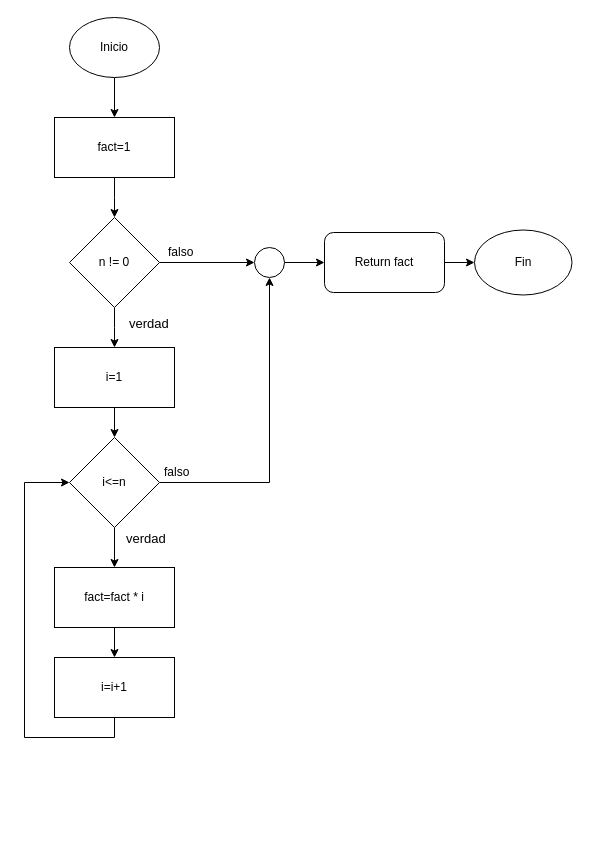
The draw.io diagram Untitled Diagram.drawio in mpaulaherrero/ati, before the edit. Source tidied: cells renumbered, new cells numbered last; positions are measured from the earlier drawing's top-left corner, leaving out a move shared by most shapes. Both pictures are drawn from the tidied source at 100%, with x=0, y=0 at pixel (24, 17).
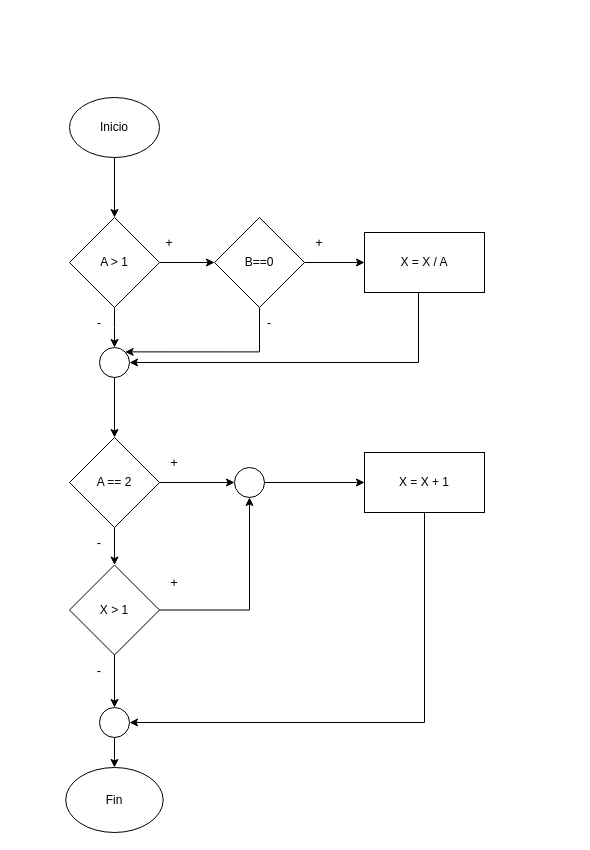
The same page after the edit.

What changed in the source:
```diff
@@
-    <mxCell id="2" style="edgeStyle=orthogonalEdgeStyle;rounded=0;jettySize=auto;html=1;" parent="1" edge="1" source="3" target="6">
-      <mxGeometry relative="1" as="geometry" />
-    </mxCell>
+    <mxCell id="27" style="edgeStyle=orthogonalEdgeStyle;rounded=0;jettySize=auto;html=1;fontFamily=Helvetica;fontSize=13;strokeColor=#000000;" parent="1" edge="1" source="3" target="9">
+      <mxGeometry relative="1" as="geometry" />
+    </mxCell>
     <mxCell id="3" value="Inicio" style="ellipse;whiteSpace=wrap;html=1;" parent="1" vertex="1">
-      <mxGeometry x="45" width="90" height="60" as="geometry" />
+      <mxGeometry x="45" y="80" width="90" height="60" as="geometry" />
     </mxCell>
     <mxCell id="4" value="Fin" style="ellipse;whiteSpace=wrap;html=1;" parent="1" vertex="1">
-      <mxGeometry x="450" y="212.5" width="97.5" height="65" as="geometry" />
+      <mxGeometry x="41.2" y="750" width="97.5" height="65" as="geometry" />
     </mxCell>
-    <mxCell id="5" style="edgeStyle=orthogonalEdgeStyle;rounded=0;jettySize=auto;html=1;" parent="1" edge="1" source="6">
-      <mxGeometry relative="1" as="geometry">
-        <mxPoint x="90" y="200" as="targetPoint" />
-      </mxGeometry>
-    </mxCell>
-    <mxCell id="6" value="fact=1" style="rounded=0;whiteSpace=wrap;html=1;" parent="1" vertex="1">
-      <mxGeometry x="30" y="100" width="120" height="60" as="geometry" />
-    </mxCell>
@@
-    <mxCell id="8" style="edgeStyle=orthogonalEdgeStyle;rounded=0;jettySize=auto;html=1;fontFamily=Helvetica;fontSize=13;entryX=0;entryY=0.5;entryDx=0;entryDy=0;" parent="1" edge="1" source="9" target="18">
-      <mxGeometry relative="1" as="geometry">
-        <Array as="points">
-          <mxPoint x="230" y="245" />
-        </Array>
-      </mxGeometry>
-    </mxCell>
+    <mxCell id="28" style="edgeStyle=orthogonalEdgeStyle;rounded=0;jettySize=auto;html=1;fontFamily=Helvetica;fontSize=13;strokeColor=#000000;" parent="1" edge="1" source="9" target="37">
+      <mxGeometry relative="1" as="geometry" />
+    </mxCell>
-    <mxCell id="9" value="n != 0" style="rhombus;whiteSpace=wrap;html=1;" parent="1" vertex="1">
+    <mxCell id="9" value="A &amp;gt; 1" style="rhombus;whiteSpace=wrap;html=1;" parent="1" vertex="1">
       <mxGeometry x="45" y="200" width="90" height="90" as="geometry" />
     </mxCell>
-    <mxCell id="10" style="edgeStyle=orthogonalEdgeStyle;rounded=0;jettySize=auto;html=1;startArrow=none;exitX=1;exitY=0.5;exitDx=0;exitDy=0;" parent="1" edge="1" source="12" target="18">
-      <mxGeometry relative="1" as="geometry">
-        <Array as="points">
-          <mxPoint x="245" y="465" />
-        </Array>
-      </mxGeometry>
-    </mxCell>
-    <mxCell id="11" style="edgeStyle=orthogonalEdgeStyle;rounded=0;jettySize=auto;html=1;" parent="1" edge="1" source="12" target="16">
-      <mxGeometry relative="1" as="geometry" />
-    </mxCell>
+    <mxCell id="29" style="edgeStyle=orthogonalEdgeStyle;rounded=0;jettySize=auto;html=1;fontFamily=Helvetica;fontSize=13;strokeColor=#000000;" parent="1" edge="1" source="12" target="42">
+      <mxGeometry relative="1" as="geometry" />
+    </mxCell>
+    <mxCell id="30" style="edgeStyle=orthogonalEdgeStyle;rounded=0;jettySize=auto;html=1;fontFamily=Helvetica;fontSize=13;strokeColor=#000000;" parent="1" edge="1" source="12">
+      <mxGeometry relative="1" as="geometry">
+        <mxPoint x="210" y="465" as="targetPoint" />
+      </mxGeometry>
+    </mxCell>
-    <mxCell id="12" value="i&amp;lt;=n" style="rhombus;whiteSpace=wrap;html=1;" parent="1" vertex="1">
+    <mxCell id="12" value="A == 2" style="rhombus;whiteSpace=wrap;html=1;" parent="1" vertex="1">
       <mxGeometry x="45" y="420" width="90" height="90" as="geometry" />
     </mxCell>
-    <mxCell id="13" style="edgeStyle=orthogonalEdgeStyle;rounded=0;jettySize=auto;html=1;fontFamily=Helvetica;fontSize=13;" parent="1" edge="1" source="14" target="4">
-      <mxGeometry relative="1" as="geometry" />
-    </mxCell>
-    <mxCell id="14" value="Return fact" style="rounded=1;whiteSpace=wrap;html=1;" parent="1" vertex="1">
-      <mxGeometry x="300" y="215" width="120" height="60" as="geometry" />
-    </mxCell>
-    <mxCell id="15" style="edgeStyle=orthogonalEdgeStyle;rounded=0;jettySize=auto;html=1;fontFamily=Helvetica;fontSize=13;" parent="1" edge="1" source="16" target="24">
-      <mxGeometry relative="1" as="geometry" />
-    </mxCell>
+    <mxCell id="31" style="edgeStyle=orthogonalEdgeStyle;rounded=0;jettySize=auto;html=1;entryX=1;entryY=0.5;entryDx=0;entryDy=0;fontFamily=Helvetica;fontSize=13;strokeColor=#000000;" parent="1" edge="1" source="16" target="18">
+      <mxGeometry relative="1" as="geometry">
+        <Array as="points">
+          <mxPoint x="394" y="345" />
+        </Array>
+      </mxGeometry>
+    </mxCell>
-    <mxCell id="16" value="fact=fact * i" style="rounded=0;whiteSpace=wrap;html=1;" parent="1" vertex="1">
-      <mxGeometry x="30" y="550" width="120" height="60" as="geometry" />
+    <mxCell id="16" value="X = X / A" style="rounded=0;whiteSpace=wrap;html=1;" parent="1" vertex="1">
+      <mxGeometry x="340" y="215" width="120" height="60" as="geometry" />
     </mxCell>
-    <mxCell id="17" style="edgeStyle=orthogonalEdgeStyle;rounded=0;jettySize=auto;html=1;fontFamily=Helvetica;fontSize=13;" parent="1" edge="1" source="18" target="14">
-      <mxGeometry relative="1" as="geometry" />
-    </mxCell>
     <mxCell id="18" style="ellipse;whiteSpace=wrap;html=1;" parent="1" vertex="1">
-      <mxGeometry x="230" y="230" width="30" height="30" as="geometry" />
+      <mxGeometry x="75" y="330" width="30" height="30" as="geometry" />
     </mxCell>
-    <mxCell id="19" value="&lt;h1 style=&quot;font-size: 13px&quot;&gt;&lt;span style=&quot;font-weight: normal&quot;&gt;verdad&lt;/span&gt;&lt;br&gt;&lt;/h1&gt;&lt;p&gt;&lt;br&gt;&lt;/p&gt;" style="text;html=1;strokeColor=none;fillColor=none;spacing=5;spacingTop=-20;whiteSpace=wrap;overflow=hidden;rounded=0;" parent="1" vertex="1">
-      <mxGeometry x="100" y="300" width="50" height="20" as="geometry" />
-    </mxCell>
-    <mxCell id="20" value="falso" style="text;html=1;strokeColor=none;fillColor=none;spacing=5;spacingTop=-20;whiteSpace=wrap;overflow=hidden;rounded=0;" parent="1" vertex="1">
-      <mxGeometry x="139" y="238" width="50" height="20" as="geometry" />
-    </mxCell>
-    <mxCell id="21" style="edgeStyle=orthogonalEdgeStyle;rounded=0;jettySize=auto;html=1;fontFamily=Helvetica;fontSize=13;" parent="1" edge="1" source="22" target="12">
+    <mxCell id="21" style="edgeStyle=orthogonalEdgeStyle;rounded=0;jettySize=auto;html=1;fontFamily=Helvetica;fontSize=13;exitX=0.5;exitY=1;exitDx=0;exitDy=0;" parent="1" edge="1" source="18" target="12">
       <mxGeometry relative="1" as="geometry" />
     </mxCell>
-    <mxCell id="22" value="i=1" style="rounded=0;whiteSpace=wrap;html=1;" parent="1" vertex="1">
-      <mxGeometry x="30" y="330" width="120" height="60" as="geometry" />
-    </mxCell>
-    <mxCell id="23" style="edgeStyle=orthogonalEdgeStyle;rounded=0;jettySize=auto;html=1;entryX=0;entryY=0.5;entryDx=0;entryDy=0;fontFamily=Helvetica;fontSize=13;exitX=0.5;exitY=1;exitDx=0;exitDy=0;" parent="1" edge="1" source="24" target="12">
-      <mxGeometry relative="1" as="geometry">
-        <Array as="points">
-          <mxPoint x="90" y="720" />
-          <mxPoint y="720" />
-          <mxPoint y="465" />
-        </Array>
-      </mxGeometry>
-    </mxCell>
+    <mxCell id="32" style="edgeStyle=orthogonalEdgeStyle;rounded=0;jettySize=auto;html=1;entryX=1;entryY=0.5;entryDx=0;entryDy=0;fontFamily=Helvetica;fontSize=13;strokeColor=#000000;" parent="1" edge="1" source="24" target="49">
+      <mxGeometry relative="1" as="geometry">
+        <Array as="points">
+          <mxPoint x="400" y="705" />
+        </Array>
+      </mxGeometry>
+    </mxCell>
-    <mxCell id="24" value="i=i+1" style="rounded=0;whiteSpace=wrap;html=1;" parent="1" vertex="1">
-      <mxGeometry x="30" y="640" width="120" height="60" as="geometry" />
+    <mxCell id="24" value="X = X + 1" style="rounded=0;whiteSpace=wrap;html=1;" parent="1" vertex="1">
+      <mxGeometry x="340" y="435" width="120" height="60" as="geometry" />
     </mxCell>
-    <mxCell id="25" value="&lt;h1 style=&quot;font-size: 13px&quot;&gt;&lt;span style=&quot;font-weight: normal&quot;&gt;verdad&lt;/span&gt;&lt;br&gt;&lt;/h1&gt;&lt;p&gt;&lt;br&gt;&lt;/p&gt;" style="text;html=1;strokeColor=none;fillColor=none;spacing=5;spacingTop=-20;whiteSpace=wrap;overflow=hidden;rounded=0;" parent="1" vertex="1">
-      <mxGeometry x="97" y="515" width="50" height="20" as="geometry" />
-    </mxCell>
-    <mxCell id="26" value="falso" style="text;html=1;strokeColor=none;fillColor=none;spacing=5;spacingTop=-20;whiteSpace=wrap;overflow=hidden;rounded=0;" parent="1" vertex="1">
-      <mxGeometry x="135" y="458" width="50" height="20" as="geometry" />
-    </mxCell>
+    <mxCell id="33" value="+" style="text;html=1;strokeColor=none;fillColor=none;align=center;verticalAlign=middle;whiteSpace=wrap;rounded=0;fontFamily=Helvetica;fontSize=13;" parent="1" vertex="1">
+      <mxGeometry x="280" y="210" width="30" height="30" as="geometry" />
+    </mxCell>
+    <mxCell id="34" value="-" style="text;html=1;strokeColor=none;fillColor=none;align=center;verticalAlign=middle;whiteSpace=wrap;rounded=0;fontFamily=Helvetica;fontSize=13;" parent="1" vertex="1">
+      <mxGeometry x="60" y="290" width="30" height="30" as="geometry" />
+    </mxCell>
+    <mxCell id="35" style="edgeStyle=orthogonalEdgeStyle;rounded=0;jettySize=auto;html=1;fontFamily=Helvetica;fontSize=13;strokeColor=#000000;" parent="1" edge="1" source="37" target="16">
+      <mxGeometry relative="1" as="geometry" />
+    </mxCell>
+    <mxCell id="36" style="edgeStyle=orthogonalEdgeStyle;rounded=0;jettySize=auto;html=1;entryX=1;entryY=0;entryDx=0;entryDy=0;fontFamily=Helvetica;fontSize=13;strokeColor=#000000;" parent="1" edge="1" source="37" target="18">
+      <mxGeometry relative="1" as="geometry">
+        <Array as="points">
+          <mxPoint x="235" y="334" />
+        </Array>
+      </mxGeometry>
+    </mxCell>
+    <mxCell id="37" value="B==0" style="rhombus;whiteSpace=wrap;html=1;" parent="1" vertex="1">
+      <mxGeometry x="190" y="200" width="90" height="90" as="geometry" />
+    </mxCell>
+    <mxCell id="38" value="+" style="text;html=1;strokeColor=none;fillColor=none;align=center;verticalAlign=middle;whiteSpace=wrap;rounded=0;fontFamily=Helvetica;fontSize=13;" parent="1" vertex="1">
+      <mxGeometry x="130" y="210" width="30" height="30" as="geometry" />
+    </mxCell>
+    <mxCell id="39" value="-" style="text;html=1;strokeColor=none;fillColor=none;align=center;verticalAlign=middle;whiteSpace=wrap;rounded=0;fontFamily=Helvetica;fontSize=13;" parent="1" vertex="1">
+      <mxGeometry x="230" y="290" width="30" height="30" as="geometry" />
+    </mxCell>
+    <mxCell id="40" style="edgeStyle=orthogonalEdgeStyle;rounded=0;jettySize=auto;html=1;entryX=0.5;entryY=1;entryDx=0;entryDy=0;fontFamily=Helvetica;fontSize=13;strokeColor=#000000;" parent="1" edge="1" source="42" target="44">
+      <mxGeometry relative="1" as="geometry" />
+    </mxCell>
+    <mxCell id="41" style="edgeStyle=orthogonalEdgeStyle;rounded=0;jettySize=auto;html=1;fontFamily=Helvetica;fontSize=13;strokeColor=#000000;" parent="1" edge="1" source="42" target="49">
+      <mxGeometry relative="1" as="geometry" />
+    </mxCell>
+    <mxCell id="42" value="X &amp;gt; 1" style="rhombus;whiteSpace=wrap;html=1;" parent="1" vertex="1">
+      <mxGeometry x="45" y="547.5" width="90" height="90" as="geometry" />
+    </mxCell>
+    <mxCell id="43" style="edgeStyle=orthogonalEdgeStyle;rounded=0;jettySize=auto;html=1;fontFamily=Helvetica;fontSize=13;strokeColor=#000000;" parent="1" edge="1" source="44" target="24">
+      <mxGeometry relative="1" as="geometry" />
+    </mxCell>
+    <mxCell id="44" style="ellipse;whiteSpace=wrap;html=1;" parent="1" vertex="1">
+      <mxGeometry x="210" y="450" width="30" height="30" as="geometry" />
+    </mxCell>
+    <mxCell id="45" value="+" style="text;html=1;strokeColor=none;fillColor=none;align=center;verticalAlign=middle;whiteSpace=wrap;rounded=0;fontFamily=Helvetica;fontSize=13;" parent="1" vertex="1">
+      <mxGeometry x="135" y="430" width="30" height="30" as="geometry" />
+    </mxCell>
+    <mxCell id="46" value="-" style="text;html=1;strokeColor=none;fillColor=none;align=center;verticalAlign=middle;whiteSpace=wrap;rounded=0;fontFamily=Helvetica;fontSize=13;" parent="1" vertex="1">
+      <mxGeometry x="60" y="510" width="30" height="30" as="geometry" />
+    </mxCell>
+    <mxCell id="47" value="+" style="text;html=1;strokeColor=none;fillColor=none;align=center;verticalAlign=middle;whiteSpace=wrap;rounded=0;fontFamily=Helvetica;fontSize=13;" parent="1" vertex="1">
+      <mxGeometry x="135" y="550" width="30" height="30" as="geometry" />
+    </mxCell>
+    <mxCell id="48" style="edgeStyle=orthogonalEdgeStyle;rounded=0;jettySize=auto;html=1;exitX=0.5;exitY=1;exitDx=0;exitDy=0;fontFamily=Helvetica;fontSize=13;strokeColor=#000000;" parent="1" edge="1" source="49" target="4">
+      <mxGeometry relative="1" as="geometry" />
+    </mxCell>
+    <mxCell id="49" style="ellipse;whiteSpace=wrap;html=1;" parent="1" vertex="1">
+      <mxGeometry x="75" y="690" width="30" height="30" as="geometry" />
+    </mxCell>
+    <mxCell id="50" value="-" style="text;html=1;strokeColor=none;fillColor=none;align=center;verticalAlign=middle;whiteSpace=wrap;rounded=0;fontFamily=Helvetica;fontSize=13;" parent="1" vertex="1">
+      <mxGeometry x="60" y="637.5" width="30" height="30" as="geometry" />
+    </mxCell>
```
